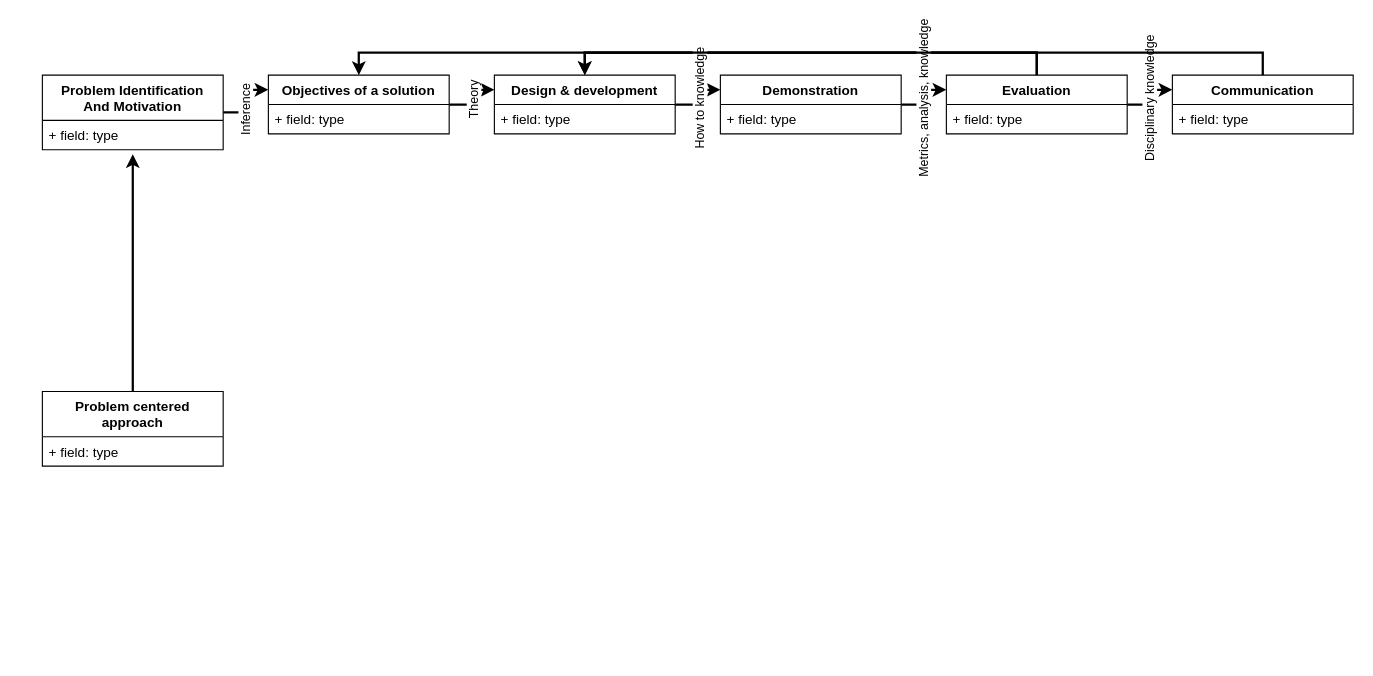
This is images/DSM.drawio from VincentDerekHeld/bachelor-thesis-2.0, a draw.io file, before an edit. Source tidied: cells renumbered, new cells numbered last; positions are measured from the earlier drawing's top-left corner, leaving out a move shared by most shapes. Both pictures are drawn from the tidied source at 113%, with x=0, y=0 at pixel (42, 52).
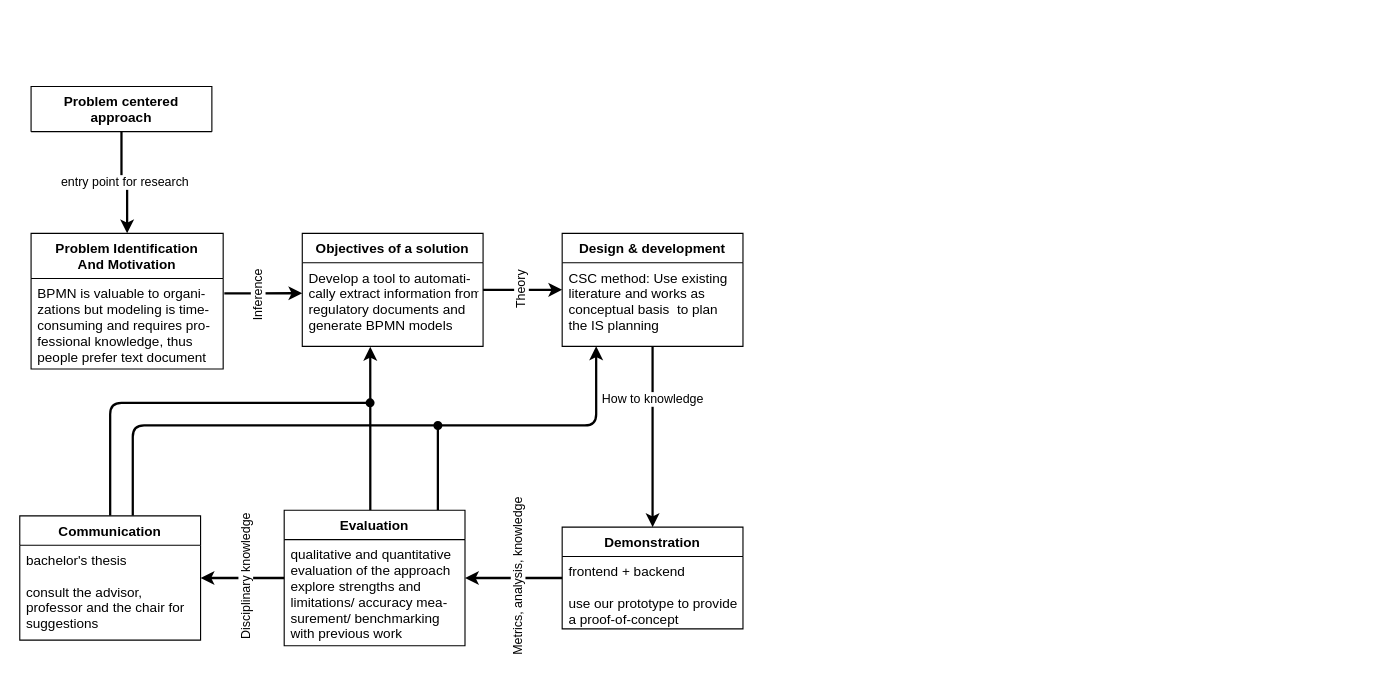
After the change.

The edit, as a diff of the source:
```diff
@@
-    <mxCell id="2" style="edgeStyle=orthogonalEdgeStyle;rounded=0;jettySize=auto;html=1;entryX=0;entryY=0.25;entryDx=0;entryDy=0;strokeWidth=2;" parent="1" edge="1" source="4" target="22">
-      <mxGeometry relative="1" as="geometry" />
-    </mxCell>
+    <mxCell id="30" style="edgeStyle=orthogonalEdgeStyle;rounded=0;jettySize=auto;html=1;strokeWidth=2;exitX=1.006;exitY=0.163;exitDx=0;exitDy=0;exitPerimeter=0;entryX=0;entryY=0.365;entryDx=0;entryDy=0;entryPerimeter=0;" parent="1" edge="1" source="5" target="23">
+      <mxGeometry relative="1" as="geometry" />
+    </mxCell>
-    <mxCell id="3" value="Inference" style="edgeLabel;html=1;align=center;verticalAlign=middle;rotation=-90;" parent="2" vertex="1">
-      <mxGeometry x="-0.38" y="1" relative="1" as="geometry" />
+    <mxCell id="3" value="Inference" style="edgeLabel;html=1;align=center;verticalAlign=middle;rotation=-90;" parent="30" vertex="1">
+      <mxGeometry x="-0.15" y="-3" relative="1" as="geometry" />
     </mxCell>
     <mxCell id="4" value="Problem Identification &#10;And Motivation" style="swimlane;fontStyle=1;align=center;verticalAlign=top;horizontal=1;startSize=40;" parent="1" vertex="1">
-      <mxGeometry y="20" width="160" height="66" as="geometry" />
+      <mxGeometry x="-10" y="160" width="170" height="120" as="geometry" />
     </mxCell>
-    <mxCell id="5" value="+ field: type" style="text;strokeColor=none;fillColor=none;align=left;verticalAlign=top;spacingLeft=4;spacingRight=4;overflow=hidden;points=[[0,0.5],[1,0.5]];portConstraint=eastwest;" parent="4" vertex="1">
-      <mxGeometry y="40" width="160" height="26" as="geometry" />
+    <mxCell id="5" value="BPMN is valuable to organi-&#10;zations but modeling is time-&#10;consuming and requires pro-&#10;fessional knowledge, thus &#10;people prefer text document " style="text;strokeColor=none;fillColor=none;align=left;verticalAlign=top;spacingLeft=4;spacingRight=4;overflow=hidden;points=[[0,0.5],[1,0.5]];portConstraint=eastwest;" parent="4" vertex="1">
+      <mxGeometry y="40" width="170" height="80" as="geometry" />
     </mxCell>
-    <mxCell id="6" style="edgeStyle=orthogonalEdgeStyle;rounded=0;jettySize=auto;html=1;entryX=0.5;entryY=0;entryDx=0;entryDy=0;strokeWidth=2;" parent="1" edge="1" source="10" target="22">
-      <mxGeometry relative="1" as="geometry">
-        <Array as="points">
-          <mxPoint x="880" />
-          <mxPoint x="280" />
-        </Array>
-      </mxGeometry>
-    </mxCell>
-    <mxCell id="7" style="edgeStyle=orthogonalEdgeStyle;rounded=0;jettySize=auto;html=1;entryX=0.5;entryY=0;entryDx=0;entryDy=0;strokeWidth=2;" parent="1" edge="1" source="10" target="18">
-      <mxGeometry relative="1" as="geometry">
-        <Array as="points">
-          <mxPoint x="880" />
-          <mxPoint x="480" />
-        </Array>
-      </mxGeometry>
-    </mxCell>
-    <mxCell id="8" style="edgeStyle=orthogonalEdgeStyle;rounded=0;jettySize=auto;html=1;entryX=0;entryY=0.25;entryDx=0;entryDy=0;strokeWidth=2;" parent="1" edge="1" source="10" target="25">
+    <mxCell id="8" style="edgeStyle=orthogonalEdgeStyle;rounded=0;jettySize=auto;html=1;strokeWidth=2;" parent="1" edge="1" source="10" target="25">
       <mxGeometry relative="1" as="geometry" />
     </mxCell>
     <mxCell id="9" value="Disciplinary knowledge" style="edgeLabel;html=1;align=center;verticalAlign=middle;rotation=-90;" parent="8" vertex="1">
-      <mxGeometry x="-0.09" y="2" relative="1" as="geometry">
-        <mxPoint x="1" as="offset" />
-      </mxGeometry>
+      <mxGeometry x="-0.05" relative="1" as="geometry" />
     </mxCell>
+    <mxCell id="31" style="edgeStyle=orthogonalEdgeStyle;rounded=0;jettySize=auto;html=1;strokeWidth=2;strokeColor=default;endArrow=oval;endFill=1;" parent="1" edge="1" source="10">
+      <mxGeometry relative="1" as="geometry">
+        <mxPoint x="350" y="330" as="targetPoint" />
+        <Array as="points">
+          <mxPoint x="350" y="330" />
+        </Array>
+      </mxGeometry>
+    </mxCell>
+    <mxCell id="32" style="edgeStyle=orthogonalEdgeStyle;rounded=1;jettySize=auto;html=1;strokeColor=default;strokeWidth=2;endArrow=classic;endFill=1;entryX=0.376;entryY=1.006;entryDx=0;entryDy=0;entryPerimeter=0;" parent="1" edge="1" source="10" target="23">
+      <mxGeometry relative="1" as="geometry">
+        <Array as="points">
+          <mxPoint x="290" y="333" />
+        </Array>
+      </mxGeometry>
+    </mxCell>
     <mxCell id="10" value="Evaluation" style="swimlane;fontStyle=1;align=center;verticalAlign=top;horizontal=1;startSize=26;" parent="1" vertex="1">
-      <mxGeometry x="800" y="20" width="160" height="52" as="geometry" />
+      <mxGeometry x="214" y="405" width="160" height="120" as="geometry" />
     </mxCell>
-    <mxCell id="11" value="+ field: type" style="text;strokeColor=none;fillColor=none;align=left;verticalAlign=top;spacingLeft=4;spacingRight=4;overflow=hidden;" parent="10" vertex="1">
-      <mxGeometry y="26" width="160" height="26" as="geometry" />
+    <mxCell id="11" value="qualitative and quantitative &#10;evaluation of the approach&#10;explore strengths and &#10;limitations/ accuracy mea-&#10;surement/ benchmarking &#10;with previous work " style="text;strokeColor=none;fillColor=none;align=left;verticalAlign=top;spacingLeft=4;spacingRight=4;overflow=hidden;" parent="10" vertex="1">
+      <mxGeometry y="26" width="160" height="94" as="geometry" />
     </mxCell>
-    <mxCell id="12" style="edgeStyle=orthogonalEdgeStyle;rounded=0;jettySize=auto;html=1;entryX=0;entryY=0.25;entryDx=0;entryDy=0;strokeWidth=2;" parent="1" edge="1" source="14" target="10">
+    <mxCell id="12" style="edgeStyle=orthogonalEdgeStyle;rounded=0;jettySize=auto;html=1;strokeWidth=2;" parent="1" edge="1" source="14" target="10">
       <mxGeometry relative="1" as="geometry" />
     </mxCell>
     <mxCell id="13" value="Metrics, analysis, knowledge" style="edgeLabel;html=1;align=center;verticalAlign=middle;rotation=-90;" parent="12" vertex="1">
-      <mxGeometry x="-0.09" y="2" relative="1" as="geometry">
-        <mxPoint x="1" as="offset" />
-      </mxGeometry>
+      <mxGeometry x="-0.08" relative="1" as="geometry" />
     </mxCell>
     <mxCell id="14" value="Demonstration" style="swimlane;fontStyle=1;align=center;verticalAlign=top;horizontal=1;startSize=26;" parent="1" vertex="1">
-      <mxGeometry x="600" y="20" width="160" height="52" as="geometry" />
+      <mxGeometry x="460" y="420" width="160" height="90" as="geometry" />
     </mxCell>
-    <mxCell id="15" value="+ field: type" style="text;strokeColor=none;fillColor=none;align=left;verticalAlign=top;spacingLeft=4;spacingRight=4;overflow=hidden;" parent="14" vertex="1">
-      <mxGeometry y="26" width="160" height="26" as="geometry" />
+    <mxCell id="15" value="frontend + backend&#10; &#10;use our prototype to provide &#10;a proof-of-concept" style="text;strokeColor=none;fillColor=none;align=left;verticalAlign=top;spacingLeft=4;spacingRight=4;overflow=hidden;" parent="14" vertex="1">
+      <mxGeometry y="26" width="160" height="64" as="geometry" />
     </mxCell>
-    <mxCell id="16" style="edgeStyle=orthogonalEdgeStyle;rounded=0;jettySize=auto;html=1;entryX=0;entryY=0.25;entryDx=0;entryDy=0;strokeWidth=2;" parent="1" edge="1" source="18" target="14">
+    <mxCell id="16" style="edgeStyle=orthogonalEdgeStyle;rounded=0;jettySize=auto;html=1;entryX=0.5;entryY=0;entryDx=0;entryDy=0;strokeWidth=2;" parent="1" edge="1" source="18" target="14">
       <mxGeometry relative="1" as="geometry" />
     </mxCell>
-    <mxCell id="17" value="How to knowledge" style="edgeLabel;html=1;align=center;verticalAlign=middle;rotation=-90;" parent="16" vertex="1">
-      <mxGeometry x="-0.09" relative="1" as="geometry">
-        <mxPoint x="1" as="offset" />
-      </mxGeometry>
+    <mxCell id="17" value="How to knowledge" style="edgeLabel;html=1;align=center;verticalAlign=middle;" parent="16" vertex="1">
+      <mxGeometry x="-0.42" y="-1" relative="1" as="geometry" />
     </mxCell>
     <mxCell id="18" value="Design &amp; development" style="swimlane;fontStyle=1;align=center;verticalAlign=top;horizontal=1;startSize=26;" parent="1" vertex="1">
-      <mxGeometry x="400" y="20" width="160" height="52" as="geometry" />
+      <mxGeometry x="460" y="160" width="160" height="100" as="geometry" />
     </mxCell>
-    <mxCell id="19" value="+ field: type" style="text;strokeColor=none;fillColor=none;align=left;verticalAlign=top;spacingLeft=4;spacingRight=4;overflow=hidden;points=[[0,0.5],[1,0.5]];portConstraint=eastwest;" parent="18" vertex="1">
-      <mxGeometry y="26" width="160" height="26" as="geometry" />
+    <mxCell id="19" value="CSC method: Use existing &#10;literature and works as &#10;conceptual basis  to plan &#10;the IS planning" style="text;strokeColor=none;fillColor=none;align=left;verticalAlign=top;spacingLeft=4;spacingRight=4;overflow=hidden;points=[[0,0.5],[1,0.5]];portConstraint=eastwest;" parent="18" vertex="1">
+      <mxGeometry y="26" width="160" height="74" as="geometry" />
     </mxCell>
-    <mxCell id="20" style="edgeStyle=orthogonalEdgeStyle;rounded=0;jettySize=auto;html=1;entryX=0;entryY=0.25;entryDx=0;entryDy=0;strokeWidth=2;" parent="1" edge="1" source="22" target="18">
-      <mxGeometry relative="1" as="geometry" />
+    <mxCell id="20" style="edgeStyle=orthogonalEdgeStyle;rounded=0;jettySize=auto;html=1;strokeWidth=2;" parent="1" edge="1" source="22">
+      <mxGeometry relative="1" as="geometry">
+        <mxPoint x="460" y="210" as="targetPoint" />
+        <Array as="points">
+          <mxPoint x="460" y="210" />
+        </Array>
+      </mxGeometry>
     </mxCell>
     <mxCell id="21" value="Theory" style="edgeLabel;html=1;align=center;verticalAlign=middle;rotation=-90;" parent="20" vertex="1">
-      <mxGeometry x="-0.13" relative="1" as="geometry">
-        <mxPoint x="1" as="offset" />
-      </mxGeometry>
+      <mxGeometry x="-0.07" y="-1" relative="1" as="geometry" />
     </mxCell>
     <mxCell id="22" value="Objectives of a solution" style="swimlane;fontStyle=1;align=center;verticalAlign=top;horizontal=1;startSize=26;" parent="1" vertex="1">
-      <mxGeometry x="200" y="20" width="160" height="52" as="geometry" />
+      <mxGeometry x="230" y="160" width="160" height="100" as="geometry" />
     </mxCell>
-    <mxCell id="23" value="+ field: type" style="text;strokeColor=none;fillColor=none;align=left;verticalAlign=top;spacingLeft=4;spacingRight=4;overflow=hidden;points=[[0,0.5],[1,0.5]];portConstraint=eastwest;" parent="22" vertex="1">
-      <mxGeometry y="26" width="160" height="26" as="geometry" />
+    <mxCell id="23" value="Develop a tool to automati-&#10;cally extract information from&#10;regulatory documents and &#10;generate BPMN models " style="text;strokeColor=none;fillColor=none;align=left;verticalAlign=top;spacingLeft=4;spacingRight=4;overflow=hidden;points=[[0,0.5],[1,0.5]];portConstraint=eastwest;" parent="22" vertex="1">
+      <mxGeometry y="26" width="160" height="74" as="geometry" />
     </mxCell>
-    <mxCell id="24" style="edgeStyle=orthogonalEdgeStyle;rounded=0;jettySize=auto;html=1;entryX=0.5;entryY=0;entryDx=0;entryDy=0;strokeWidth=2;" parent="1" edge="1" source="25" target="18">
-      <mxGeometry relative="1" as="geometry">
-        <Array as="points">
-          <mxPoint x="1080" />
-          <mxPoint x="480" />
-        </Array>
-      </mxGeometry>
-    </mxCell>
+    <mxCell id="33" style="edgeStyle=orthogonalEdgeStyle;rounded=1;jettySize=auto;html=1;entryX=0.188;entryY=1;entryDx=0;entryDy=0;entryPerimeter=0;strokeWidth=2;" parent="1" edge="1" source="25" target="19">
+      <mxGeometry relative="1" as="geometry">
+        <Array as="points">
+          <mxPoint x="80" y="330" />
+          <mxPoint x="490" y="330" />
+        </Array>
+      </mxGeometry>
+    </mxCell>
+    <mxCell id="34" style="edgeStyle=orthogonalEdgeStyle;rounded=1;jettySize=auto;html=1;strokeColor=default;strokeWidth=2;endArrow=oval;endFill=1;" parent="1" edge="1" source="25">
+      <mxGeometry relative="1" as="geometry">
+        <mxPoint x="290" y="310" as="targetPoint" />
+        <Array as="points">
+          <mxPoint x="60" y="310" />
+          <mxPoint x="290" y="310" />
+        </Array>
+      </mxGeometry>
+    </mxCell>
     <mxCell id="25" value="Communication" style="swimlane;fontStyle=1;align=center;verticalAlign=top;horizontal=1;startSize=26;" parent="1" vertex="1">
-      <mxGeometry x="1000" y="20" width="160" height="52" as="geometry" />
+      <mxGeometry x="-20" y="410" width="160" height="110" as="geometry" />
     </mxCell>
-    <mxCell id="26" value="+ field: type" style="text;strokeColor=none;fillColor=none;align=left;verticalAlign=top;spacingLeft=4;spacingRight=4;overflow=hidden;" parent="25" vertex="1">
-      <mxGeometry y="26" width="160" height="26" as="geometry" />
+    <mxCell id="26" value="bachelor's thesis&#10;&#10;consult the advisor, &#10;professor and the chair for &#10;suggestions" style="text;strokeColor=none;fillColor=none;align=left;verticalAlign=top;spacingLeft=4;spacingRight=4;overflow=hidden;" parent="25" vertex="1">
+      <mxGeometry y="26" width="160" height="84" as="geometry" />
     </mxCell>
-    <mxCell id="27" style="edgeStyle=orthogonalEdgeStyle;rounded=0;jettySize=auto;html=1;strokeWidth=2;" parent="1" edge="1" source="28">
-      <mxGeometry relative="1" as="geometry">
-        <mxPoint x="80" y="90" as="targetPoint" />
-      </mxGeometry>
-    </mxCell>
+    <mxCell id="35" value="entry point for research" style="edgeStyle=orthogonalEdgeStyle;rounded=0;jettySize=auto;html=1;entryX=0.5;entryY=0;entryDx=0;entryDy=0;strokeWidth=2;" parent="1" edge="1" source="28" target="4">
+      <mxGeometry relative="1" as="geometry" />
+    </mxCell>
     <mxCell id="28" value="Problem centered &#10;approach" style="swimlane;fontStyle=1;align=center;verticalAlign=top;horizontal=1;startSize=40;" parent="1" vertex="1">
-      <mxGeometry y="300" width="160" height="66" as="geometry" />
+      <mxGeometry x="-10" y="30" width="160" height="40" as="geometry" />
     </mxCell>
-    <mxCell id="29" value="+ field: type" style="text;strokeColor=none;fillColor=none;align=left;verticalAlign=top;spacingLeft=4;spacingRight=4;overflow=hidden;" parent="28" vertex="1">
-      <mxGeometry y="40" width="160" height="26" as="geometry" />
-    </mxCell>
```
